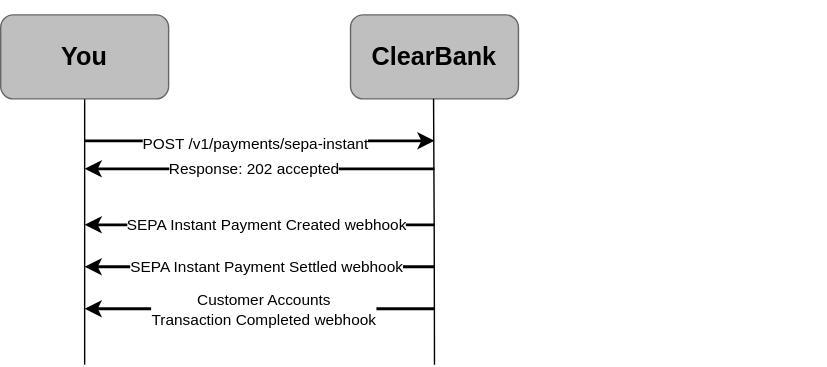
Before: static/assets/images/sepa-ict-send-payment.svg, a diagram exported from draw.io (clearbank/clearbank.github.io). Source tidied: cells renumbered, new cells last; positions are measured from the earlier drawing's top-left corner, leaving out a move shared by most shapes. Its diagram source:
```xml
<mxGraphModel>
  <root>
    <mxCell id="0" />
    <mxCell id="1" parent="0" />
    <mxCell id="2" value="ClearBank" style="rounded=1;whiteSpace=wrap;html=1;strokeColor=#666666;fillColor=#BFBFBF;gradientColor=none;fontFamily=Arial;fontStyle=1;fontSize=18;" parent="1" vertex="1">
      <mxGeometry x="250" y="10" width="120" height="60" as="geometry" />
    </mxCell>
    <mxCell id="3" style="endArrow=classic;html=1;rounded=0;strokeWidth=2;fontFamily=Arial;" parent="1" edge="1">
      <mxGeometry relative="1" as="geometry">
        <mxPoint x="310" y="190" as="sourcePoint" />
        <mxPoint x="60" y="190" as="targetPoint" />
      </mxGeometry>
    </mxCell>
    <mxCell id="4" value="&lt;div&gt;SEPA Instant Payment Settled webhook&lt;/div&gt;" style="edgeLabel;html=1;align=center;verticalAlign=middle;fontFamily=Arial;" parent="3" vertex="1">
      <mxGeometry x="0.09" y="-1" relative="1" as="geometry">
        <mxPoint x="15" as="offset" />
      </mxGeometry>
    </mxCell>
    <mxCell id="5" style="edgeStyle=orthogonalEdgeStyle;rounded=0;orthogonalLoop=1;jettySize=auto;html=1;endArrow=none;endFill=0;fontFamily=Arial;" parent="1" edge="1">
      <mxGeometry relative="1" as="geometry">
        <mxPoint x="309.3" y="70" as="sourcePoint" />
        <mxPoint x="310" y="260" as="targetPoint" />
      </mxGeometry>
    </mxCell>
    <mxCell id="6" style="edgeStyle=orthogonalEdgeStyle;rounded=0;jettySize=auto;html=1;endArrow=none;endFill=0;fontFamily=Arial;" parent="1" edge="1" source="7">
      <mxGeometry relative="1" as="geometry">
        <mxPoint x="60" y="260" as="targetPoint" />
      </mxGeometry>
    </mxCell>
    <mxCell id="7" value="You" style="rounded=1;whiteSpace=wrap;html=1;strokeColor=#666666;fillColor=#BFBFBF;gradientColor=none;fontFamily=Arial;fontStyle=1;fontSize=18;" parent="1" vertex="1">
      <mxGeometry y="10" width="120" height="60" as="geometry" />
    </mxCell>
    <mxCell id="8" style="rounded=1;whiteSpace=wrap;html=1;fillColor=none;strokeColor=none;" parent="1" vertex="1">
      <mxGeometry x="370" y="150" width="220" height="60" as="geometry" />
    </mxCell>
    <mxCell id="9" style="rounded=0;whiteSpace=wrap;html=1;strokeColor=none;fillColor=none;fontFamily=Arial;" parent="1" vertex="1">
      <mxGeometry x="100" width="120" height="10" as="geometry" />
    </mxCell>
    <mxCell id="10" style="endArrow=classic;html=1;rounded=0;strokeWidth=2;fontFamily=Arial;" parent="1" edge="1">
      <mxGeometry relative="1" as="geometry">
        <mxPoint x="310" y="220" as="sourcePoint" />
        <mxPoint x="60" y="220" as="targetPoint" />
      </mxGeometry>
    </mxCell>
    <mxCell id="11" value="Customer Accounts&lt;br&gt;Transaction Completed webhook" style="edgeLabel;html=1;align=center;verticalAlign=middle;fontFamily=Arial;" parent="10" vertex="1">
      <mxGeometry x="0.09" y="-1" relative="1" as="geometry">
        <mxPoint x="13" y="1" as="offset" />
      </mxGeometry>
    </mxCell>
    <mxCell id="12" style="endArrow=classic;html=1;rounded=0;strokeWidth=2;fontFamily=Arial;" parent="1" edge="1">
      <mxGeometry relative="1" as="geometry">
        <mxPoint x="60" y="100" as="sourcePoint" />
        <mxPoint x="310" y="100" as="targetPoint" />
      </mxGeometry>
    </mxCell>
    <mxCell id="13" value="POST /v1/payments/sepa-instant" style="edgeLabel;html=1;align=center;verticalAlign=middle;fontFamily=Arial;" parent="12" vertex="1">
      <mxGeometry x="0.09" y="-1" relative="1" as="geometry">
        <mxPoint x="-15" as="offset" />
      </mxGeometry>
    </mxCell>
    <mxCell id="14" style="endArrow=classic;html=1;rounded=0;strokeWidth=2;fontFamily=Arial;" parent="1" edge="1">
      <mxGeometry relative="1" as="geometry">
        <mxPoint x="310" y="120" as="sourcePoint" />
        <mxPoint x="60" y="120" as="targetPoint" />
      </mxGeometry>
    </mxCell>
    <mxCell id="15" value="Response: 202 accepted" style="edgeLabel;html=1;align=center;verticalAlign=middle;fontFamily=Arial;" parent="14" vertex="1">
      <mxGeometry x="0.09" y="-1" relative="1" as="geometry">
        <mxPoint x="6" as="offset" />
      </mxGeometry>
    </mxCell>
    <mxCell id="16" style="endArrow=classic;html=1;rounded=0;strokeWidth=2;fontFamily=Arial;" parent="1" edge="1">
      <mxGeometry relative="1" as="geometry">
        <mxPoint x="310" y="160" as="sourcePoint" />
        <mxPoint x="60" y="160" as="targetPoint" />
      </mxGeometry>
    </mxCell>
    <mxCell id="17" value="&lt;div&gt;SEPA Instant Payment Created webhook&lt;/div&gt;" style="edgeLabel;html=1;align=center;verticalAlign=middle;fontFamily=Arial;" parent="16" vertex="1">
      <mxGeometry x="0.09" y="-1" relative="1" as="geometry">
        <mxPoint x="15" as="offset" />
      </mxGeometry>
    </mxCell>
  </root>
</mxGraphModel>
```
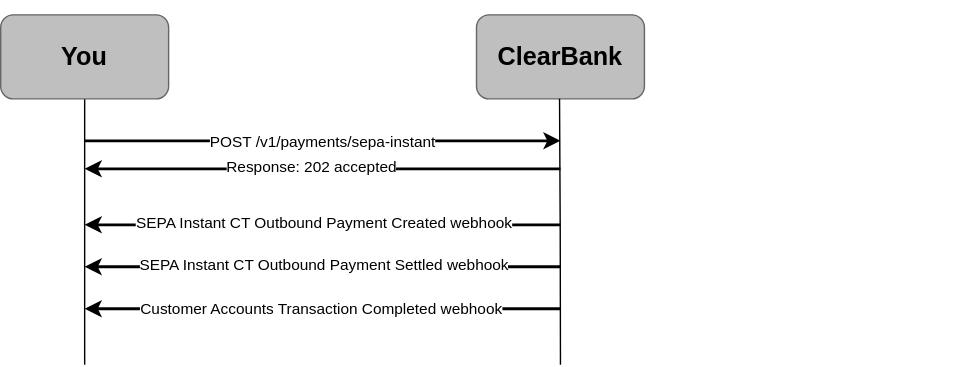
Later version of the same file.

Commit message:
Added Sepa Instant fixes

Change to the diagram source:
```diff
@@ -3,23 +3,23 @@
     <mxCell id="0" />
     <mxCell id="1" parent="0" />
     <mxCell id="2" value="ClearBank" style="rounded=1;whiteSpace=wrap;html=1;strokeColor=#666666;fillColor=#BFBFBF;gradientColor=none;fontFamily=Arial;fontStyle=1;fontSize=18;" parent="1" vertex="1">
-      <mxGeometry x="250" y="10" width="120" height="60" as="geometry" />
+      <mxGeometry x="340" y="10" width="120" height="60" as="geometry" />
     </mxCell>
     <mxCell id="3" style="endArrow=classic;html=1;rounded=0;strokeWidth=2;fontFamily=Arial;" parent="1" edge="1">
       <mxGeometry relative="1" as="geometry">
-        <mxPoint x="310" y="190" as="sourcePoint" />
+        <mxPoint x="400" y="190" as="sourcePoint" />
         <mxPoint x="60" y="190" as="targetPoint" />
       </mxGeometry>
     </mxCell>
-    <mxCell id="4" value="&lt;div&gt;SEPA Instant Payment Settled webhook&lt;/div&gt;" style="edgeLabel;html=1;align=center;verticalAlign=middle;fontFamily=Arial;" parent="3" vertex="1">
+    <mxCell id="4" value="&lt;div&gt;SEPA Instant CT Outbound Payment Settled webhook&lt;/div&gt;" style="edgeLabel;html=1;align=center;verticalAlign=middle;fontFamily=Arial;" parent="3" vertex="1">
       <mxGeometry x="0.09" y="-1" relative="1" as="geometry">
         <mxPoint x="15" as="offset" />
       </mxGeometry>
     </mxCell>
     <mxCell id="5" style="edgeStyle=orthogonalEdgeStyle;rounded=0;orthogonalLoop=1;jettySize=auto;html=1;endArrow=none;endFill=0;fontFamily=Arial;" parent="1" edge="1">
       <mxGeometry relative="1" as="geometry">
-        <mxPoint x="309.3" y="70" as="sourcePoint" />
-        <mxPoint x="310" y="260" as="targetPoint" />
+        <mxPoint x="399.3" y="70" as="sourcePoint" />
+        <mxPoint x="400" y="260" as="targetPoint" />
       </mxGeometry>
     </mxCell>
     <mxCell id="6" style="edgeStyle=orthogonalEdgeStyle;rounded=0;jettySize=auto;html=1;endArrow=none;endFill=0;fontFamily=Arial;" parent="1" edge="1" source="7">
@@ -31,18 +31,18 @@
       <mxGeometry y="10" width="120" height="60" as="geometry" />
     </mxCell>
     <mxCell id="8" style="rounded=1;whiteSpace=wrap;html=1;fillColor=none;strokeColor=none;" parent="1" vertex="1">
-      <mxGeometry x="370" y="150" width="220" height="60" as="geometry" />
+      <mxGeometry x="470" y="130" width="220" height="60" as="geometry" />
     </mxCell>
     <mxCell id="9" style="rounded=0;whiteSpace=wrap;html=1;strokeColor=none;fillColor=none;fontFamily=Arial;" parent="1" vertex="1">
       <mxGeometry x="100" width="120" height="10" as="geometry" />
     </mxCell>
     <mxCell id="10" style="endArrow=classic;html=1;rounded=0;strokeWidth=2;fontFamily=Arial;" parent="1" edge="1">
       <mxGeometry relative="1" as="geometry">
-        <mxPoint x="310" y="220" as="sourcePoint" />
+        <mxPoint x="400" y="220" as="sourcePoint" />
         <mxPoint x="60" y="220" as="targetPoint" />
       </mxGeometry>
     </mxCell>
-    <mxCell id="11" value="Customer Accounts&lt;br&gt;Transaction Completed webhook" style="edgeLabel;html=1;align=center;verticalAlign=middle;fontFamily=Arial;" parent="10" vertex="1">
+    <mxCell id="11" value="Customer Accounts Transaction Completed webhook" style="edgeLabel;html=1;align=center;verticalAlign=middle;fontFamily=Arial;" parent="10" vertex="1">
       <mxGeometry x="0.09" y="-1" relative="1" as="geometry">
         <mxPoint x="13" y="1" as="offset" />
       </mxGeometry>
@@ -50,7 +50,7 @@
     <mxCell id="12" style="endArrow=classic;html=1;rounded=0;strokeWidth=2;fontFamily=Arial;" parent="1" edge="1">
       <mxGeometry relative="1" as="geometry">
         <mxPoint x="60" y="100" as="sourcePoint" />
-        <mxPoint x="310" y="100" as="targetPoint" />
+        <mxPoint x="400" y="100" as="targetPoint" />
       </mxGeometry>
     </mxCell>
     <mxCell id="13" value="POST /v1/payments/sepa-instant" style="edgeLabel;html=1;align=center;verticalAlign=middle;fontFamily=Arial;" parent="12" vertex="1">
@@ -60,7 +60,7 @@
     </mxCell>
     <mxCell id="14" style="endArrow=classic;html=1;rounded=0;strokeWidth=2;fontFamily=Arial;" parent="1" edge="1">
       <mxGeometry relative="1" as="geometry">
-        <mxPoint x="310" y="120" as="sourcePoint" />
+        <mxPoint x="400" y="120" as="sourcePoint" />
         <mxPoint x="60" y="120" as="targetPoint" />
       </mxGeometry>
     </mxCell>
@@ -71,11 +71,11 @@
     </mxCell>
     <mxCell id="16" style="endArrow=classic;html=1;rounded=0;strokeWidth=2;fontFamily=Arial;" parent="1" edge="1">
       <mxGeometry relative="1" as="geometry">
-        <mxPoint x="310" y="160" as="sourcePoint" />
+        <mxPoint x="400" y="160" as="sourcePoint" />
         <mxPoint x="60" y="160" as="targetPoint" />
       </mxGeometry>
     </mxCell>
-    <mxCell id="17" value="&lt;div&gt;SEPA Instant Payment Created webhook&lt;/div&gt;" style="edgeLabel;html=1;align=center;verticalAlign=middle;fontFamily=Arial;" parent="16" vertex="1">
+    <mxCell id="17" value="&lt;div&gt;SEPA Instant CT Outbound Payment Created webhook&lt;/div&gt;" style="edgeLabel;html=1;align=center;verticalAlign=middle;fontFamily=Arial;" parent="16" vertex="1">
       <mxGeometry x="0.09" y="-1" relative="1" as="geometry">
         <mxPoint x="15" as="offset" />
       </mxGeometry>
```
